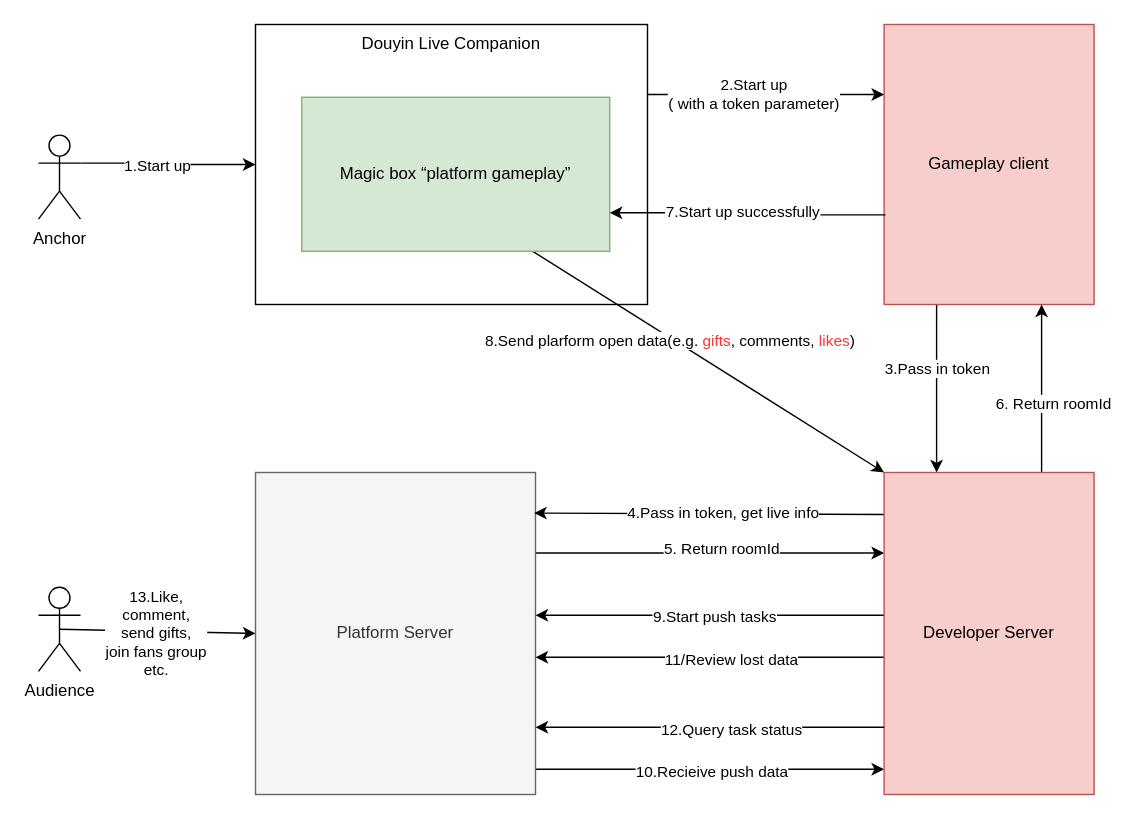
Before: 抖音小玩法接入.drawio in yaohuiwu/SimpleFS, a draw.io diagram. Source tidied: cells renumbered, new cells numbered last; positions are measured from the earlier drawing's top-left corner, leaving out a move shared by most shapes. Both pictures are drawn from the tidied source at 140%, with x=0, y=0 at pixel (38, 24).
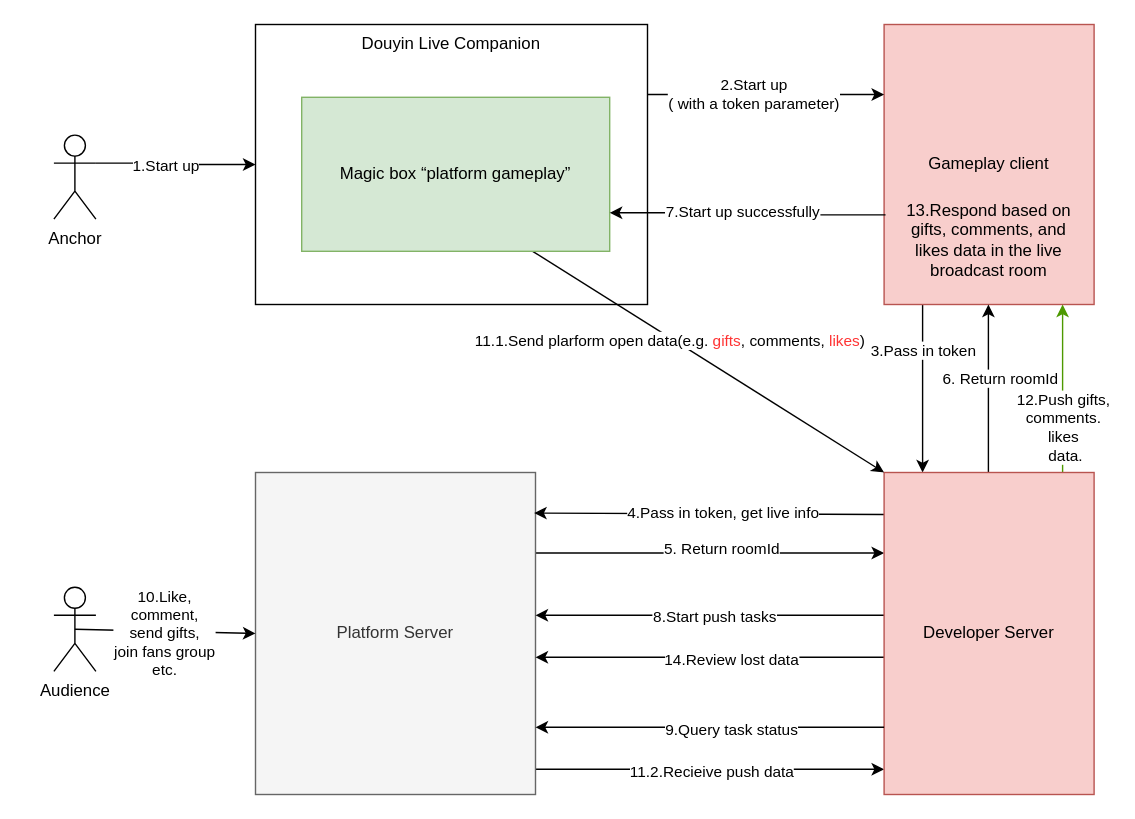
The same page after the edit.

Commit message (it also covers changes not shown here):
更新抖音小玩法接入.drawio

The change refers to these unchanged cells:
```xml
<mxCell id="7" value="Gameplay client" style="rounded=0;whiteSpace=wrap;html=1;verticalAlign=middle;align=center;fillColor=#f8cecc;strokeColor=#b85450;" parent="1" vertex="1">
  <mxGeometry x="604" width="150" height="200" as="geometry" />
</mxCell>
<mxCell id="13" style="edgeStyle=none;rounded=0;orthogonalLoop=1;jettySize=auto;html=1;exitX=1;exitY=0.75;exitDx=0;exitDy=0;entryX=0;entryY=0.75;entryDx=0;entryDy=0;" parent="1" edge="1">
  <mxGeometry relative="1" as="geometry">
    <mxPoint x="355" y="532" as="sourcePoint" />
    <mxPoint x="604" y="532" as="targetPoint" />
  </mxGeometry>
</mxCell>
<mxCell id="20" style="edgeStyle=orthogonalEdgeStyle;rounded=0;orthogonalLoop=1;jettySize=auto;html=1;exitX=0;exitY=0.5;exitDx=0;exitDy=0;entryX=1;entryY=0.5;entryDx=0;entryDy=0;" parent="1" edge="1">
  <mxGeometry relative="1" as="geometry">
    <mxPoint x="604" y="422" as="sourcePoint" />
    <mxPoint x="355" y="422" as="targetPoint" />
  </mxGeometry>
</mxCell>
<mxCell id="22" style="edgeStyle=none;rounded=0;orthogonalLoop=1;jettySize=auto;html=1;exitX=0;exitY=0.75;exitDx=0;exitDy=0;entryX=1;entryY=0.75;entryDx=0;entryDy=0;" parent="1" edge="1">
  <mxGeometry relative="1" as="geometry">
    <mxPoint x="604" y="452" as="sourcePoint" />
    <mxPoint x="355" y="452" as="targetPoint" />
  </mxGeometry>
</mxCell>
<mxCell id="24" value="Developer Server" style="rounded=0;whiteSpace=wrap;html=1;fillColor=#f8cecc;strokeColor=#b85450;" parent="1" vertex="1">
  <mxGeometry x="604" y="320" width="150" height="230" as="geometry" />
</mxCell>
<mxCell id="25" style="edgeStyle=none;rounded=0;jettySize=auto;html=1;exitX=0.5;exitY=0.5;exitDx=0;exitDy=0;exitPerimeter=0;entryX=0;entryY=0.5;entryDx=0;entryDy=0;" parent="1" edge="1" source="27" target="15">
  <mxGeometry relative="1" as="geometry" />
</mxCell>
<mxCell id="28" style="edgeStyle=none;rounded=0;jettySize=auto;html=1;exitX=0.75;exitY=1;exitDx=0;exitDy=0;entryX=0;entryY=0;entryDx=0;entryDy=0;" parent="1" edge="1" source="30" target="24">
  <mxGeometry relative="1" as="geometry" />
</mxCell>
<mxCell id="33" style="edgeStyle=none;rounded=0;orthogonalLoop=1;jettySize=auto;html=1;exitX=0;exitY=0.75;exitDx=0;exitDy=0;entryX=1;entryY=0.75;entryDx=0;entryDy=0;" parent="1" edge="1">
  <mxGeometry relative="1" as="geometry">
    <mxPoint x="604" y="502" as="sourcePoint" />
    <mxPoint x="355" y="502" as="targetPoint" />
  </mxGeometry>
</mxCell>
```

What changed in the source:
```diff
@@
     <mxCell id="4" value="Anchor" style="shape=umlActor;verticalLabelPosition=bottom;verticalAlign=top;html=1;outlineConnect=0;" parent="1" vertex="1">
-      <mxGeometry y="79" width="30" height="60" as="geometry" />
+      <mxGeometry x="11" y="79" width="30" height="60" as="geometry" />
     </mxCell>
-    <mxCell id="5" style="edgeStyle=none;rounded=0;jettySize=auto;html=1;exitX=0.25;exitY=1;exitDx=0;exitDy=0;entryX=0.25;entryY=0;entryDx=0;entryDy=0;" parent="1" edge="1" source="7" target="24">
-      <mxGeometry relative="1" as="geometry" />
+    <mxCell id="5" style="edgeStyle=none;rounded=0;orthogonalLoop=1;jettySize=auto;html=1;exitX=0.25;exitY=1;exitDx=0;exitDy=0;entryX=0.25;entryY=0;entryDx=0;entryDy=0;" parent="1" edge="1">
+      <mxGeometry relative="1" as="geometry">
+        <mxPoint x="631.5" y="200" as="sourcePoint" />
+        <mxPoint x="631.5" y="320" as="targetPoint" />
+      </mxGeometry>
     </mxCell>
     <mxCell id="6" value="3.Pass in token" style="edgeLabel;html=1;align=center;verticalAlign=middle;" parent="5" vertex="1">
-      <mxGeometry x="-0.25" relative="1" as="geometry" />
+      <mxGeometry x="-0.25" relative="1" as="geometry">
+        <mxPoint y="-13" as="offset" />
+      </mxGeometry>
     </mxCell>
@@
-    <mxCell id="14" value="10.Recieive push data" style="edgeLabel;html=1;align=center;verticalAlign=middle;" parent="13" vertex="1">
+    <mxCell id="14" value="11.2.Recieive push data" style="edgeLabel;html=1;align=center;verticalAlign=middle;" parent="13" vertex="1">
       <mxGeometry x="-0.26" y="-1" relative="1" as="geometry">
         <mxPoint x="33" as="offset" />
       </mxGeometry>
     </mxCell>
@@
-    <mxCell id="16" style="edgeStyle=none;rounded=0;jettySize=auto;html=1;exitX=0.75;exitY=0;exitDx=0;exitDy=0;entryX=0.75;entryY=1;entryDx=0;entryDy=0;" parent="1" edge="1" source="24" target="7">
-      <mxGeometry relative="1" as="geometry" />
+    <mxCell id="16" style="edgeStyle=none;rounded=0;orthogonalLoop=1;jettySize=auto;html=1;exitX=0.75;exitY=0;exitDx=0;exitDy=0;entryX=0.75;entryY=1;entryDx=0;entryDy=0;" parent="1" edge="1">
+      <mxGeometry relative="1" as="geometry">
+        <mxPoint x="678.5" y="320" as="sourcePoint" />
+        <mxPoint x="678.5" y="200" as="targetPoint" />
+      </mxGeometry>
     </mxCell>
     <mxCell id="17" value="6. Return roomId" style="edgeLabel;html=1;align=center;verticalAlign=middle;" parent="16" vertex="1">
       <mxGeometry x="0.08" y="-2" relative="1" as="geometry">
-        <mxPoint x="6" y="15" as="offset" />
+        <mxPoint x="6" y="-3" as="offset" />
       </mxGeometry>
     </mxCell>
@@
-    <mxCell id="21" value="9.Start push tasks" style="edgeLabel;html=1;align=center;verticalAlign=middle;" parent="20" vertex="1">
+    <mxCell id="21" value="8.Start push tasks" style="edgeLabel;html=1;align=center;verticalAlign=middle;" parent="20" vertex="1">
       <mxGeometry x="-0.02" relative="1" as="geometry" />
     </mxCell>
@@
-    <mxCell id="23" value="11/Review lost data" style="edgeLabel;html=1;align=center;verticalAlign=middle;" parent="22" vertex="1">
+    <mxCell id="23" value="14.Review lost data" style="edgeLabel;html=1;align=center;verticalAlign=middle;" parent="22" vertex="1">
       <mxGeometry x="-0.12" y="1" relative="1" as="geometry" />
     </mxCell>
+    <mxCell id="35" style="edgeStyle=none;rounded=0;orthogonalLoop=1;jettySize=auto;html=1;exitX=0.75;exitY=0;exitDx=0;exitDy=0;entryX=0.75;entryY=1;entryDx=0;entryDy=0;shadow=0;strokeColor=#4D9900;" parent="1" edge="1">
+      <mxGeometry relative="1" as="geometry">
+        <mxPoint x="731.5" y="320" as="sourcePoint" />
+        <mxPoint x="731.5" y="200" as="targetPoint" />
+      </mxGeometry>
+    </mxCell>
+    <mxCell id="36" value="12.Push gifts,&lt;br&gt;comments. &lt;br&gt;likes&lt;br&gt;&amp;nbsp;data." style="edgeLabel;html=1;align=center;verticalAlign=middle;" parent="35" vertex="1">
+      <mxGeometry x="0.18" y="-1" relative="1" as="geometry">
+        <mxPoint x="-1" y="38" as="offset" />
+      </mxGeometry>
+    </mxCell>
@@
-    <mxCell id="26" value="13.Like,&lt;br&gt;comment,&lt;br&gt;send gifts,&lt;br&gt;join fans group&lt;br&gt;etc." style="edgeLabel;html=1;align=center;verticalAlign=middle;" parent="25" vertex="1">
+    <mxCell id="26" value="10.Like,&lt;br&gt;comment,&lt;br&gt;send gifts,&lt;br&gt;join fans group&lt;br&gt;etc." style="edgeLabel;html=1;align=center;verticalAlign=middle;" parent="25" vertex="1">
       <mxGeometry x="-0.01" y="-1" relative="1" as="geometry" />
     </mxCell>
     <mxCell id="27" value="Audience" style="shape=umlActor;verticalLabelPosition=bottom;verticalAlign=top;html=1;outlineConnect=0;" parent="1" vertex="1">
-      <mxGeometry y="402" width="30" height="60" as="geometry" />
+      <mxGeometry x="11" y="402" width="30" height="60" as="geometry" />
     </mxCell>
@@
-    <mxCell id="29" value="8.Send plarform open data(e.g. &lt;font color=&quot;#ff3333&quot;&gt;gifts&lt;/font&gt;, comments, &lt;font color=&quot;#ff3333&quot;&gt;likes&lt;/font&gt;)" style="edgeLabel;html=1;align=center;verticalAlign=middle;" parent="28" vertex="1">
+    <mxCell id="29" value="11.1.Send plarform open data(e.g. &lt;font color=&quot;#ff3333&quot;&gt;gifts&lt;/font&gt;, comments, &lt;font color=&quot;#ff3333&quot;&gt;likes&lt;/font&gt;)" style="edgeLabel;html=1;align=center;verticalAlign=middle;" parent="28" vertex="1">
       <mxGeometry x="-0.22" y="-2" relative="1" as="geometry" />
     </mxCell>
@@
-    <mxCell id="34" value="12.Query task status" style="edgeLabel;html=1;align=center;verticalAlign=middle;" parent="33" vertex="1">
+    <mxCell id="34" value="9.Query task status" style="edgeLabel;html=1;align=center;verticalAlign=middle;" parent="33" vertex="1">
       <mxGeometry x="-0.12" y="1" relative="1" as="geometry" />
     </mxCell>
+    <mxCell id="37" value="13.Respond based on gifts, comments, and likes data in the live broadcast room" style="text;html=1;strokeColor=none;fillColor=none;align=center;verticalAlign=middle;whiteSpace=wrap;rounded=0;" parent="1" vertex="1">
+      <mxGeometry x="619" y="139" width="120" height="30" as="geometry" />
+    </mxCell>
```
